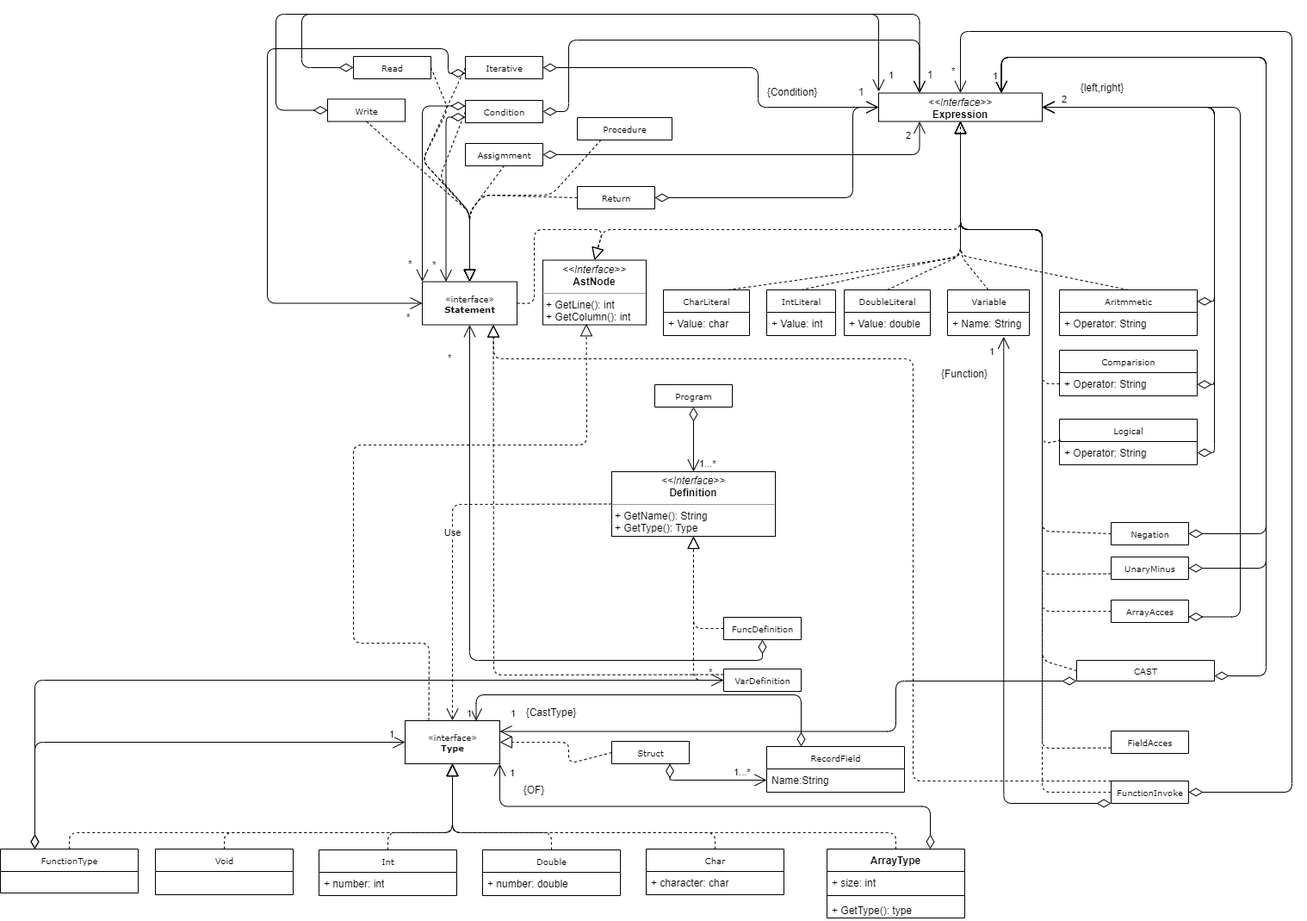
This is src/UML-PmmV3.png from SergioArroni/DLP, a draw.io export, as it was before one commit. Source tidied: cells renumbered, new cells last; positions are measured from the earlier drawing's top-left corner, leaving out a move shared by most shapes.
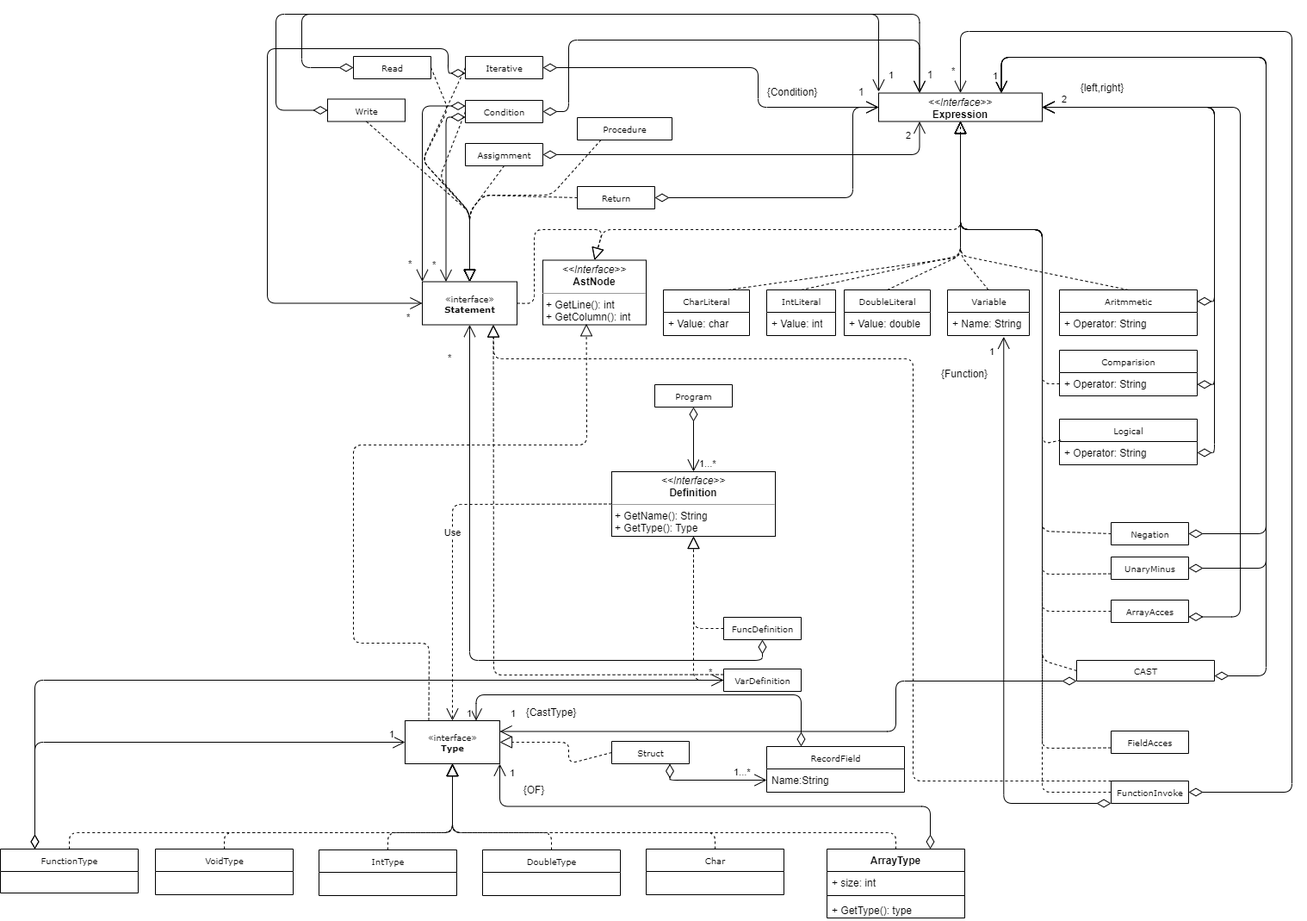
After the commit.

Commit message:
Lab 5 Listo para entregar, o eso espero V2

The edit, as a diff of the source:
```diff
@@ -252,24 +252,15 @@
         </Array>
       </mxGeometry>
     </mxCell>
-    <mxCell id="48" value="Int" style="swimlane;html=1;fontStyle=0;horizontal=1;startSize=26;fillColor=none;swimlaneFillColor=#ffffff;rounded=0;shadow=0;comic=0;labelBackgroundColor=none;strokeWidth=1;fontFamily=Verdana;fontSize=10;align=center;" parent="1" vertex="1">
+    <mxCell id="48" value="IntType" style="swimlane;html=1;fontStyle=0;horizontal=1;startSize=26;fillColor=none;swimlaneFillColor=#ffffff;rounded=0;shadow=0;comic=0;labelBackgroundColor=none;strokeWidth=1;fontFamily=Verdana;fontSize=10;align=center;" parent="1" vertex="1">
       <mxGeometry x="370" y="970" width="160" height="53" as="geometry" />
     </mxCell>
-    <mxCell id="49" value="+ number: int" style="text;html=1;strokeColor=none;fillColor=none;align=left;verticalAlign=top;spacingLeft=4;spacingRight=4;whiteSpace=wrap;overflow=hidden;" parent="48" vertex="1">
-      <mxGeometry y="26" width="160" height="26" as="geometry" />
-    </mxCell>
-    <mxCell id="50" value="Double" style="swimlane;html=1;fontStyle=0;horizontal=1;startSize=26;fillColor=none;swimlaneFillColor=#ffffff;rounded=0;shadow=0;comic=0;labelBackgroundColor=none;strokeWidth=1;fontFamily=Verdana;fontSize=10;align=center;" parent="1" vertex="1">
+    <mxCell id="50" value="DoubleType" style="swimlane;html=1;fontStyle=0;horizontal=1;startSize=26;fillColor=none;swimlaneFillColor=#ffffff;rounded=0;shadow=0;comic=0;labelBackgroundColor=none;strokeWidth=1;fontFamily=Verdana;fontSize=10;align=center;" parent="1" vertex="1">
       <mxGeometry x="560" y="970" width="160" height="53" as="geometry" />
     </mxCell>
-    <mxCell id="51" value="+ number: double" style="text;html=1;strokeColor=none;fillColor=none;align=left;verticalAlign=top;spacingLeft=4;spacingRight=4;whiteSpace=wrap;overflow=hidden;" parent="50" vertex="1">
-      <mxGeometry y="26" width="160" height="26" as="geometry" />
-    </mxCell>
     <mxCell id="52" value="Char" style="swimlane;html=1;fontStyle=0;horizontal=1;startSize=26;fillColor=none;swimlaneFillColor=#ffffff;rounded=0;shadow=0;comic=0;labelBackgroundColor=none;strokeWidth=1;fontFamily=Verdana;fontSize=10;align=center;" parent="1" vertex="1">
       <mxGeometry x="750" y="969" width="160" height="53" as="geometry" />
     </mxCell>
-    <mxCell id="53" value="+ character: char" style="text;html=1;strokeColor=none;fillColor=none;align=left;verticalAlign=top;spacingLeft=4;spacingRight=4;whiteSpace=wrap;overflow=hidden;" parent="52" vertex="1">
-      <mxGeometry y="26" width="160" height="26" as="geometry" />
-    </mxCell>
     <mxCell id="54" style="endArrow=block;dashed=1;endFill=0;endSize=12;html=1;exitX=0.5;exitY=0;exitDx=0;exitDy=0;entryX=0.5;entryY=1;entryDx=0;entryDy=0;" parent="1" edge="1" source="48" target="25">
       <mxGeometry relative="1" as="geometry">
         <Array as="points">
@@ -581,7 +572,7 @@
         </Array>
       </mxGeometry>
     </mxCell>
-    <mxCell id="106" value="Void" style="swimlane;html=1;fontStyle=0;horizontal=1;startSize=26;fillColor=none;swimlaneFillColor=#ffffff;rounded=0;shadow=0;comic=0;labelBackgroundColor=none;strokeWidth=1;fontFamily=Verdana;fontSize=10;align=center;" parent="1" vertex="1">
+    <mxCell id="106" value="VoidType" style="swimlane;html=1;fontStyle=0;horizontal=1;startSize=26;fillColor=none;swimlaneFillColor=#ffffff;rounded=0;shadow=0;comic=0;labelBackgroundColor=none;strokeWidth=1;fontFamily=Verdana;fontSize=10;align=center;" parent="1" vertex="1">
       <mxGeometry x="180" y="969" width="160" height="53" as="geometry" />
     </mxCell>
     <mxCell id="107" style="endArrow=block;dashed=1;endFill=0;endSize=12;html=1;exitX=0.5;exitY=0;exitDx=0;exitDy=0;entryX=0.5;entryY=1;entryDx=0;entryDy=0;" parent="1" edge="1" source="106" target="25">
```
